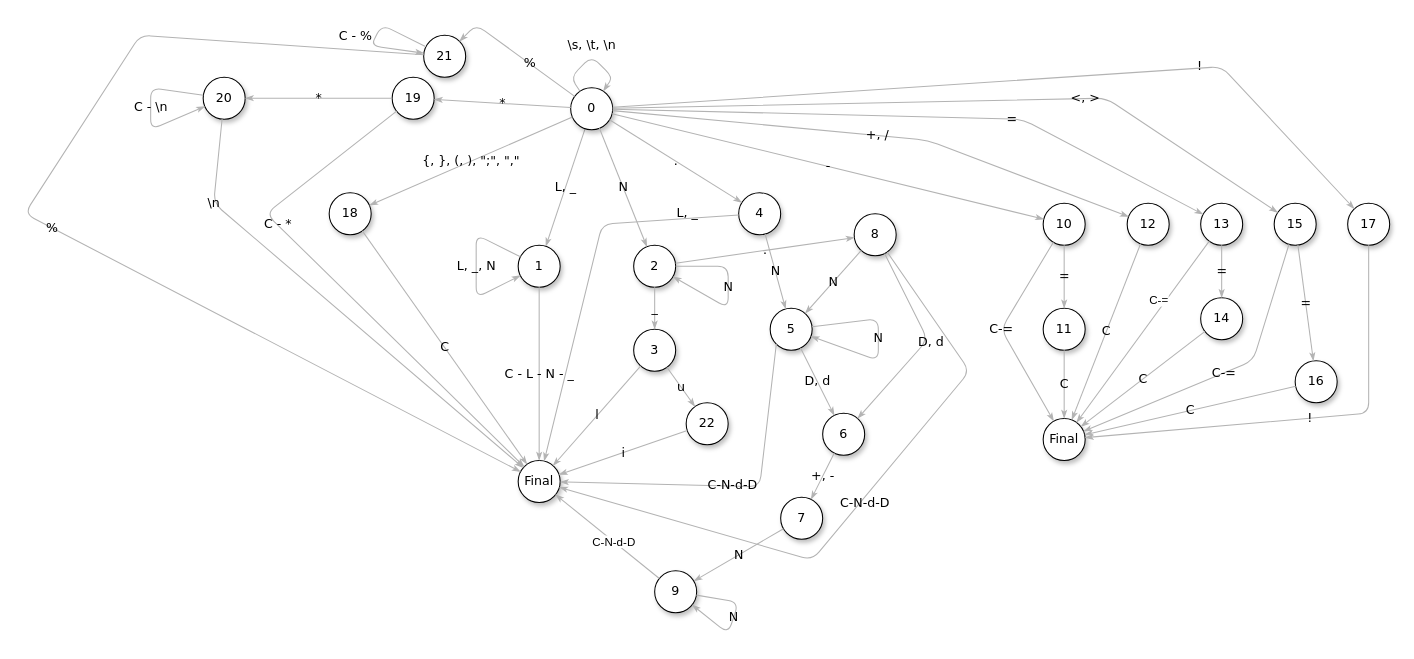
Before: docs/automata.drawio in fnicolasmedioli/compilador, a draw.io diagram. Source tidied: cells renumbered, new cells numbered last; positions are measured from the earlier drawing's top-left corner, leaving out a move shared by most shapes. Both pictures are drawn from the tidied source at 105%, with x=0, y=0 at pixel (24, 24).
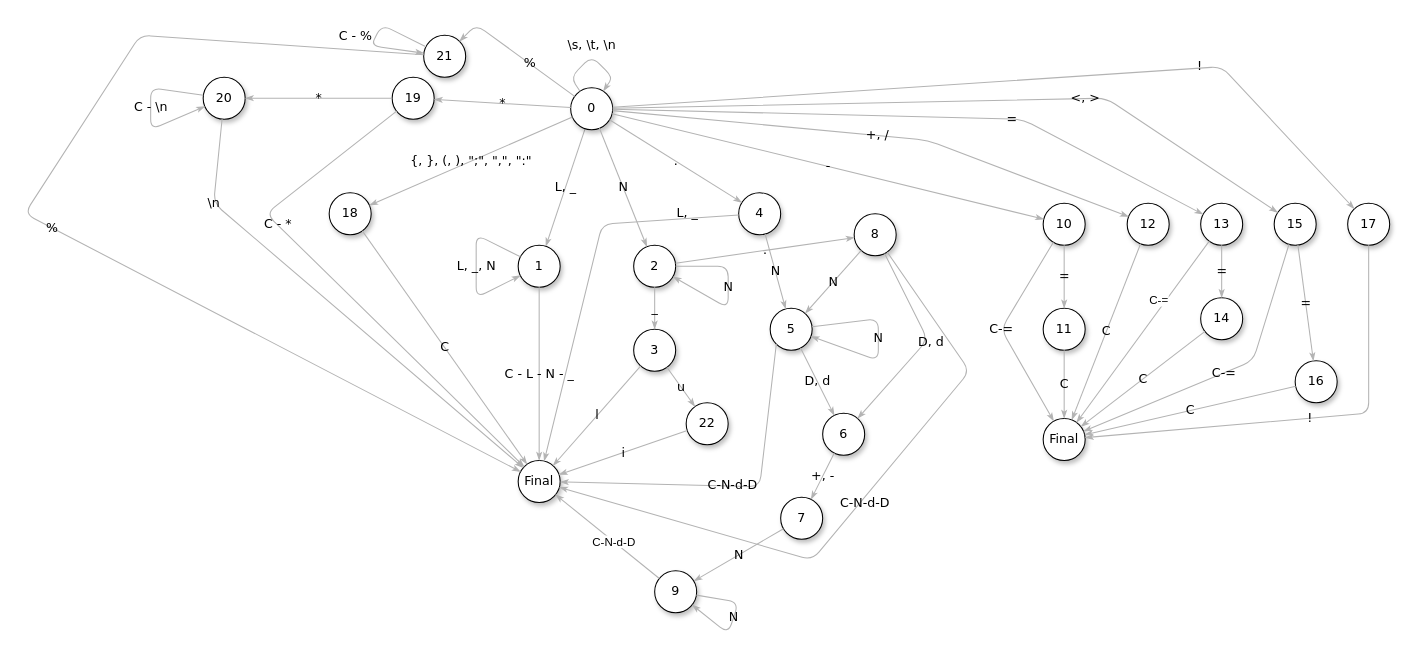
The same page after the edit.

The change refers to these unchanged cells:
```xml
<mxCell id="3" value="0" style="ellipse;whiteSpace=wrap;html=1;rounded=0;shadow=1;comic=0;labelBackgroundColor=none;strokeWidth=1;fontFamily=Verdana;fontSize=12;align=center;" parent="1" vertex="1">
  <mxGeometry x="520" y="60" width="40" height="40" as="geometry" />
</mxCell>
<mxCell id="58" value="18" style="ellipse;whiteSpace=wrap;html=1;rounded=0;shadow=1;comic=0;labelBackgroundColor=none;strokeWidth=1;fontFamily=Verdana;fontSize=12;align=center;" parent="1" vertex="1">
  <mxGeometry x="290" y="160" width="40" height="40" as="geometry" />
</mxCell>
```

Diff of the diagram source:
```diff
@@
-    <mxCell id="59" value="{, }, (, ), &quot;;&quot;, &quot;,&quot;" style="edgeStyle=none;rounded=1;html=1;labelBackgroundColor=none;startArrow=none;startFill=0;startSize=5;endArrow=classicThin;endFill=1;endSize=5;jettySize=auto;strokeColor=#B3B3B3;strokeWidth=1;fontFamily=Verdana;fontSize=12;" parent="1" edge="1" source="3" target="58">
+    <mxCell id="59" value="{, }, (, ), &quot;;&quot;, &quot;,&quot;, &quot;:&quot;" style="edgeStyle=none;rounded=1;html=1;labelBackgroundColor=none;startArrow=none;startFill=0;startSize=5;endArrow=classicThin;endFill=1;endSize=5;jettySize=auto;strokeColor=#B3B3B3;strokeWidth=1;fontFamily=Verdana;fontSize=12;" parent="1" edge="1" source="3" target="58">
       <mxGeometry relative="1" as="geometry" />
     </mxCell>
```
